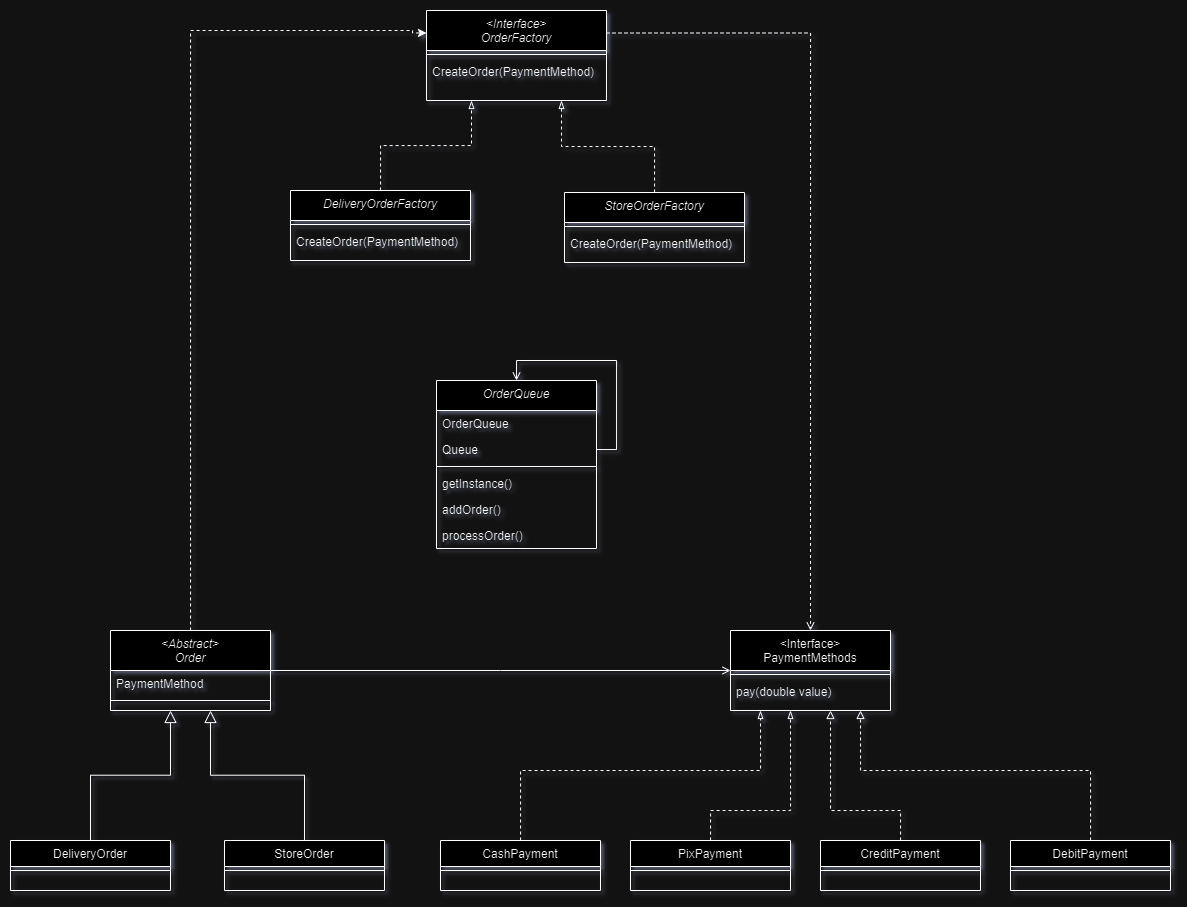
This is src/main/java/org/example/diagram/atv1.drawio.png from rhuannascimento/atv-01-AA-Engenharia-De-Software, a draw.io export, as it was before one commit. Source tidied: cells renumbered, new cells last; positions are measured from the earlier drawing's top-left corner, leaving out a move shared by most shapes. The source it was exported from:
```xml
<mxGraphModel>
  <root>
    <mxCell id="0" />
    <mxCell id="1" parent="0" />
    <mxCell id="2" style="edgeStyle=orthogonalEdgeStyle;rounded=0;jettySize=auto;html=1;entryX=0;entryY=0.25;entryDx=0;entryDy=0;dashed=1;" parent="1" edge="1" source="3" target="28">
      <mxGeometry relative="1" as="geometry">
        <Array as="points">
          <mxPoint x="180" y="20" />
          <mxPoint x="402" y="20" />
          <mxPoint x="402" y="22" />
        </Array>
      </mxGeometry>
    </mxCell>
    <mxCell id="3" value="&lt;Abstract&gt;&#10;Order" style="swimlane;fontStyle=2;align=center;verticalAlign=top;horizontal=1;startSize=40;rounded=0;shadow=0;strokeWidth=1;" parent="1" vertex="1">
      <mxGeometry x="100" y="620" width="160" height="80" as="geometry" />
    </mxCell>
    <mxCell id="4" value="PaymentMethod" style="text;align=left;verticalAlign=top;spacingLeft=4;spacingRight=4;overflow=hidden;" parent="3" vertex="1">
      <mxGeometry y="40" width="160" height="26" as="geometry" />
    </mxCell>
    <mxCell id="5" style="line;html=1;strokeWidth=1;align=left;verticalAlign=middle;spacingTop=-1;spacingLeft=3;spacingRight=3;labelPosition=right;" parent="3" vertex="1">
      <mxGeometry y="66" width="160" height="8" as="geometry" />
    </mxCell>
    <mxCell id="6" value="DeliveryOrder" style="swimlane;fontStyle=0;align=center;verticalAlign=top;horizontal=1;startSize=26;rounded=0;shadow=0;strokeWidth=1;" parent="1" vertex="1">
      <mxGeometry y="830" width="160" height="50" as="geometry" />
    </mxCell>
    <mxCell id="7" style="line;html=1;strokeWidth=1;align=left;verticalAlign=middle;spacingTop=-1;spacingLeft=3;spacingRight=3;labelPosition=right;" parent="6" vertex="1">
      <mxGeometry y="26" width="160" height="8" as="geometry" />
    </mxCell>
    <mxCell id="8" style="endArrow=block;endSize=10;endFill=0;shadow=0;strokeWidth=1;rounded=0;curved=0;edgeStyle=elbowEdgeStyle;elbow=vertical;" parent="1" edge="1" source="6">
      <mxGeometry relative="1" as="geometry">
        <mxPoint x="160" y="700" as="targetPoint" />
      </mxGeometry>
    </mxCell>
    <mxCell id="9" value="StoreOrder" style="swimlane;fontStyle=0;align=center;verticalAlign=top;horizontal=1;startSize=26;rounded=0;shadow=0;strokeWidth=1;" parent="1" vertex="1">
      <mxGeometry x="214" y="830" width="160" height="50" as="geometry" />
    </mxCell>
    <mxCell id="10" style="line;html=1;strokeWidth=1;align=left;verticalAlign=middle;spacingTop=-1;spacingLeft=3;spacingRight=3;labelPosition=right;" parent="9" vertex="1">
      <mxGeometry y="26" width="160" height="8" as="geometry" />
    </mxCell>
    <mxCell id="11" style="endArrow=block;endSize=10;endFill=0;shadow=0;strokeWidth=1;rounded=0;curved=0;edgeStyle=elbowEdgeStyle;elbow=vertical;" parent="1" edge="1" source="9">
      <mxGeometry relative="1" as="geometry">
        <mxPoint x="200" y="700" as="targetPoint" />
      </mxGeometry>
    </mxCell>
    <mxCell id="12" value="&lt;Interface&gt;&#10;PaymentMethods" style="swimlane;fontStyle=0;align=center;verticalAlign=top;horizontal=1;startSize=40;rounded=0;shadow=0;strokeWidth=1;" parent="1" vertex="1">
      <mxGeometry x="720" y="620" width="160" height="80" as="geometry" />
    </mxCell>
    <mxCell id="13" style="line;html=1;strokeWidth=1;align=left;verticalAlign=middle;spacingTop=-1;spacingLeft=3;spacingRight=3;labelPosition=right;" parent="12" vertex="1">
      <mxGeometry y="40" width="160" height="8" as="geometry" />
    </mxCell>
    <mxCell id="14" value="pay(double value)" style="text;align=left;verticalAlign=top;spacingLeft=4;spacingRight=4;overflow=hidden;" parent="12" vertex="1">
      <mxGeometry y="48" width="160" height="22" as="geometry" />
    </mxCell>
    <mxCell id="15" style="endArrow=open;shadow=0;strokeWidth=1;rounded=0;curved=0;endFill=1;edgeStyle=elbowEdgeStyle;elbow=vertical;" parent="1" edge="1" source="3" target="12">
      <mxGeometry x="0.5" y="41" relative="1" as="geometry">
        <mxPoint x="-40" y="32" as="offset" />
      </mxGeometry>
    </mxCell>
    <mxCell id="16" style="edgeStyle=orthogonalEdgeStyle;rounded=0;jettySize=auto;html=1;dashed=1;endArrow=blockThin;endFill=0;" parent="1" edge="1" source="17">
      <mxGeometry relative="1" as="geometry">
        <mxPoint x="750" y="700" as="targetPoint" />
        <Array as="points">
          <mxPoint x="510" y="760" />
          <mxPoint x="750" y="760" />
        </Array>
      </mxGeometry>
    </mxCell>
    <mxCell id="17" value="CashPayment" style="swimlane;fontStyle=0;align=center;verticalAlign=top;horizontal=1;startSize=26;rounded=0;shadow=0;strokeWidth=1;" parent="1" vertex="1">
      <mxGeometry x="430" y="830" width="160" height="50" as="geometry" />
    </mxCell>
    <mxCell id="18" style="line;html=1;strokeWidth=1;align=left;verticalAlign=middle;spacingTop=-1;spacingLeft=3;spacingRight=3;labelPosition=right;" parent="17" vertex="1">
      <mxGeometry y="26" width="160" height="8" as="geometry" />
    </mxCell>
    <mxCell id="19" style="edgeStyle=orthogonalEdgeStyle;rounded=0;jettySize=auto;html=1;dashed=1;endArrow=blockThin;endFill=0;" parent="1" edge="1" source="20">
      <mxGeometry relative="1" as="geometry">
        <mxPoint x="780" y="700" as="targetPoint" />
        <Array as="points">
          <mxPoint x="700" y="800" />
          <mxPoint x="780" y="800" />
        </Array>
      </mxGeometry>
    </mxCell>
    <mxCell id="20" value="PixPayment" style="swimlane;fontStyle=0;align=center;verticalAlign=top;horizontal=1;startSize=26;rounded=0;shadow=0;strokeWidth=1;" parent="1" vertex="1">
      <mxGeometry x="620" y="830" width="160" height="50" as="geometry" />
    </mxCell>
    <mxCell id="21" style="line;html=1;strokeWidth=1;align=left;verticalAlign=middle;spacingTop=-1;spacingLeft=3;spacingRight=3;labelPosition=right;" parent="20" vertex="1">
      <mxGeometry y="26" width="160" height="8" as="geometry" />
    </mxCell>
    <mxCell id="22" style="edgeStyle=orthogonalEdgeStyle;rounded=0;jettySize=auto;html=1;dashed=1;endArrow=block;endFill=0;" parent="1" edge="1" source="23">
      <mxGeometry relative="1" as="geometry">
        <mxPoint x="820" y="700" as="targetPoint" />
        <Array as="points">
          <mxPoint x="890" y="800" />
          <mxPoint x="820" y="800" />
        </Array>
      </mxGeometry>
    </mxCell>
    <mxCell id="23" value="CreditPayment" style="swimlane;fontStyle=0;align=center;verticalAlign=top;horizontal=1;startSize=26;rounded=0;shadow=0;strokeWidth=1;" parent="1" vertex="1">
      <mxGeometry x="810" y="830" width="160" height="50" as="geometry" />
    </mxCell>
    <mxCell id="24" style="line;html=1;strokeWidth=1;align=left;verticalAlign=middle;spacingTop=-1;spacingLeft=3;spacingRight=3;labelPosition=right;" parent="23" vertex="1">
      <mxGeometry y="26" width="160" height="8" as="geometry" />
    </mxCell>
    <mxCell id="25" style="edgeStyle=orthogonalEdgeStyle;rounded=0;jettySize=auto;html=1;dashed=1;endArrow=block;endFill=0;" parent="1" edge="1" source="26">
      <mxGeometry relative="1" as="geometry">
        <mxPoint x="850" y="700" as="targetPoint" />
        <Array as="points">
          <mxPoint x="1080" y="760" />
          <mxPoint x="850" y="760" />
        </Array>
      </mxGeometry>
    </mxCell>
    <mxCell id="26" value="DebitPayment" style="swimlane;fontStyle=0;align=center;verticalAlign=top;horizontal=1;startSize=26;rounded=0;shadow=0;strokeWidth=1;" parent="1" vertex="1">
      <mxGeometry x="1000" y="830" width="160" height="50" as="geometry" />
    </mxCell>
    <mxCell id="27" style="line;html=1;strokeWidth=1;align=left;verticalAlign=middle;spacingTop=-1;spacingLeft=3;spacingRight=3;labelPosition=right;" parent="26" vertex="1">
      <mxGeometry y="26" width="160" height="8" as="geometry" />
    </mxCell>
    <mxCell id="28" value="&lt;Interface&gt;&#10;OrderFactory" style="swimlane;fontStyle=2;align=center;verticalAlign=top;horizontal=1;startSize=40;rounded=0;shadow=0;strokeWidth=1;" parent="1" vertex="1">
      <mxGeometry x="416" width="180" height="90" as="geometry" />
    </mxCell>
    <mxCell id="29" style="line;html=1;strokeWidth=1;align=left;verticalAlign=middle;spacingTop=-1;spacingLeft=3;spacingRight=3;labelPosition=right;" parent="28" vertex="1">
      <mxGeometry y="40" width="180" height="8" as="geometry" />
    </mxCell>
    <mxCell id="30" value="CreateOrder(PaymentMethod)" style="text;align=left;verticalAlign=top;spacingLeft=4;spacingRight=4;overflow=hidden;" parent="28" vertex="1">
      <mxGeometry y="48" width="180" height="26" as="geometry" />
    </mxCell>
    <mxCell id="31" style="edgeStyle=orthogonalEdgeStyle;rounded=0;jettySize=auto;html=1;entryX=0.25;entryY=1;entryDx=0;entryDy=0;endArrow=blockThin;endFill=0;dashed=1;" parent="1" edge="1" source="32" target="28">
      <mxGeometry relative="1" as="geometry" />
    </mxCell>
    <mxCell id="32" value="DeliveryOrderFactory" style="swimlane;fontStyle=2;align=center;verticalAlign=top;horizontal=1;startSize=30;rounded=0;shadow=0;strokeWidth=1;" parent="1" vertex="1">
      <mxGeometry x="280" y="180" width="180" height="70" as="geometry" />
    </mxCell>
    <mxCell id="33" style="line;html=1;strokeWidth=1;align=left;verticalAlign=middle;spacingTop=-1;spacingLeft=3;spacingRight=3;labelPosition=right;" parent="32" vertex="1">
      <mxGeometry y="30" width="180" height="8" as="geometry" />
    </mxCell>
    <mxCell id="34" value="CreateOrder(PaymentMethod)" style="text;align=left;verticalAlign=top;spacingLeft=4;spacingRight=4;overflow=hidden;" parent="32" vertex="1">
      <mxGeometry y="38" width="180" height="26" as="geometry" />
    </mxCell>
    <mxCell id="35" style="edgeStyle=orthogonalEdgeStyle;rounded=0;jettySize=auto;html=1;entryX=0.75;entryY=1;entryDx=0;entryDy=0;endArrow=blockThin;endFill=0;dashed=1;" parent="1" edge="1" source="36" target="28">
      <mxGeometry relative="1" as="geometry" />
    </mxCell>
    <mxCell id="36" value="StoreOrderFactory" style="swimlane;fontStyle=2;align=center;verticalAlign=top;horizontal=1;startSize=30;rounded=0;shadow=0;strokeWidth=1;" parent="1" vertex="1">
      <mxGeometry x="554" y="182" width="180" height="70" as="geometry" />
    </mxCell>
    <mxCell id="37" style="line;html=1;strokeWidth=1;align=left;verticalAlign=middle;spacingTop=-1;spacingLeft=3;spacingRight=3;labelPosition=right;" parent="36" vertex="1">
      <mxGeometry y="30" width="180" height="8" as="geometry" />
    </mxCell>
    <mxCell id="38" value="CreateOrder(PaymentMethod)" style="text;align=left;verticalAlign=top;spacingLeft=4;spacingRight=4;overflow=hidden;" parent="36" vertex="1">
      <mxGeometry y="38" width="180" height="26" as="geometry" />
    </mxCell>
    <mxCell id="39" style="edgeStyle=orthogonalEdgeStyle;rounded=0;jettySize=auto;html=1;entryX=0.5;entryY=0;entryDx=0;entryDy=0;exitX=1;exitY=0.25;exitDx=0;exitDy=0;dashed=1;endArrow=open;endFill=0;" parent="1" edge="1" source="28" target="12">
      <mxGeometry relative="1" as="geometry" />
    </mxCell>
    <mxCell id="40" value="OrderQueue" style="swimlane;fontStyle=2;align=center;verticalAlign=top;horizontal=1;startSize=30;rounded=0;shadow=0;strokeWidth=1;" parent="1" vertex="1">
      <mxGeometry x="426" y="370" width="160" height="168" as="geometry" />
    </mxCell>
    <mxCell id="41" value="OrderQueue" style="text;align=left;verticalAlign=top;spacingLeft=4;spacingRight=4;overflow=hidden;" parent="40" vertex="1">
      <mxGeometry y="30" width="160" height="26" as="geometry" />
    </mxCell>
    <mxCell id="42" style="edgeStyle=orthogonalEdgeStyle;rounded=0;jettySize=auto;html=1;entryX=0.5;entryY=0;entryDx=0;entryDy=0;endArrow=open;endFill=0;" parent="40" edge="1" source="43" target="40">
      <mxGeometry relative="1" as="geometry">
        <Array as="points">
          <mxPoint x="180" y="69" />
          <mxPoint x="180" y="-20" />
          <mxPoint x="80" y="-20" />
        </Array>
      </mxGeometry>
    </mxCell>
    <mxCell id="43" value="Queue" style="text;align=left;verticalAlign=top;spacingLeft=4;spacingRight=4;overflow=hidden;points=[[0,0.5],[1,0.5]];portConstraint=eastwest;" parent="40" vertex="1">
      <mxGeometry y="56" width="160" height="26" as="geometry" />
    </mxCell>
    <mxCell id="44" style="line;html=1;strokeWidth=1;align=left;verticalAlign=middle;spacingTop=-1;spacingLeft=3;spacingRight=3;labelPosition=right;" parent="40" vertex="1">
      <mxGeometry y="82" width="160" height="8" as="geometry" />
    </mxCell>
    <mxCell id="45" value="getInstance()" style="text;align=left;verticalAlign=top;spacingLeft=4;spacingRight=4;overflow=hidden;" parent="40" vertex="1">
      <mxGeometry y="90" width="160" height="26" as="geometry" />
    </mxCell>
    <mxCell id="46" value="addOrder()" style="text;align=left;verticalAlign=top;spacingLeft=4;spacingRight=4;overflow=hidden;" parent="40" vertex="1">
      <mxGeometry y="116" width="160" height="26" as="geometry" />
    </mxCell>
    <mxCell id="47" value="processOrder()" style="text;align=left;verticalAlign=top;spacingLeft=4;spacingRight=4;overflow=hidden;" parent="40" vertex="1">
      <mxGeometry y="142" width="160" height="26" as="geometry" />
    </mxCell>
  </root>
</mxGraphModel>
```
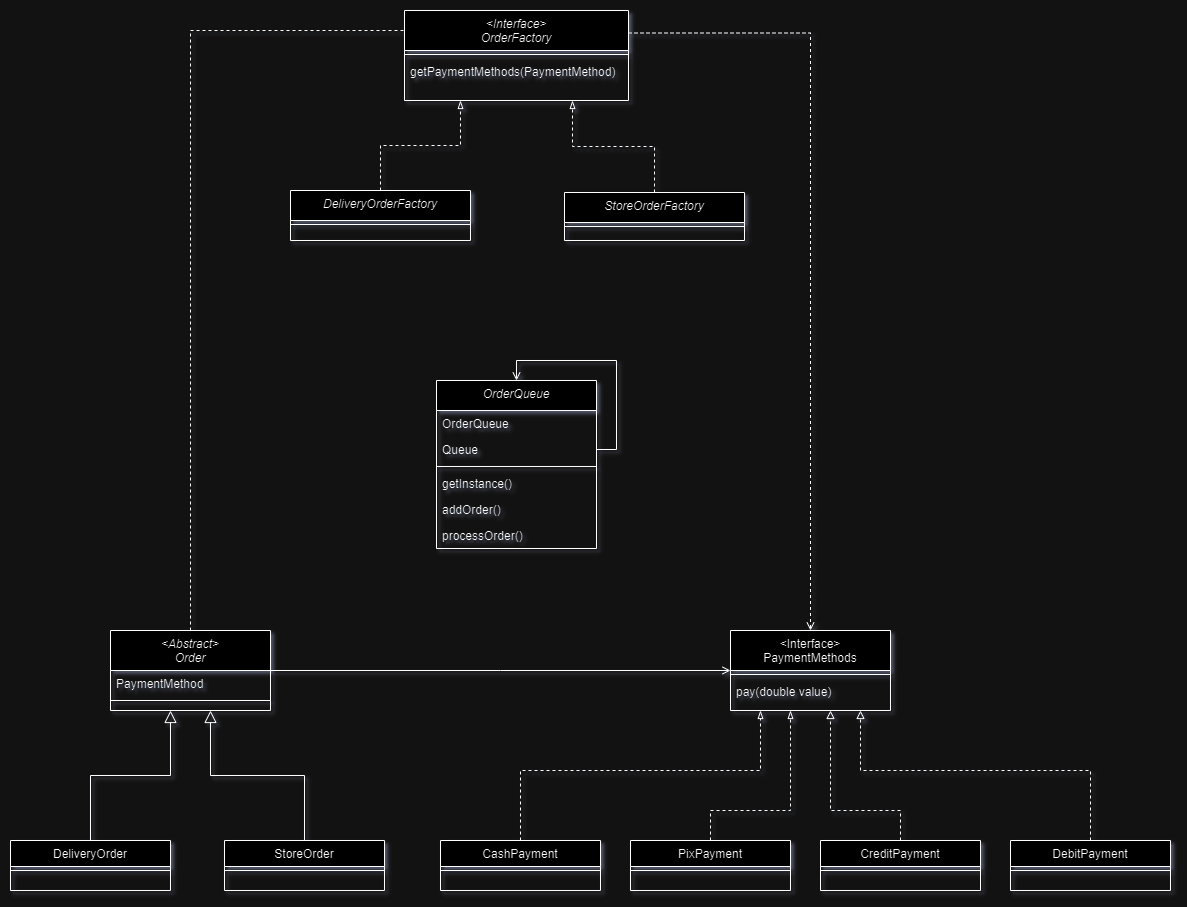
After the commit.

Diff of the diagram source:
```diff
@@ -117,38 +117,32 @@
       <mxGeometry y="26" width="160" height="8" as="geometry" />
     </mxCell>
     <mxCell id="28" value="&lt;Interface&gt;&#10;OrderFactory" style="swimlane;fontStyle=2;align=center;verticalAlign=top;horizontal=1;startSize=40;rounded=0;shadow=0;strokeWidth=1;" parent="1" vertex="1">
-      <mxGeometry x="416" width="180" height="90" as="geometry" />
+      <mxGeometry x="394" width="224" height="90" as="geometry" />
     </mxCell>
     <mxCell id="29" style="line;html=1;strokeWidth=1;align=left;verticalAlign=middle;spacingTop=-1;spacingLeft=3;spacingRight=3;labelPosition=right;" parent="28" vertex="1">
-      <mxGeometry y="40" width="180" height="8" as="geometry" />
+      <mxGeometry y="40" width="224" height="8" as="geometry" />
     </mxCell>
-    <mxCell id="30" value="CreateOrder(PaymentMethod)" style="text;align=left;verticalAlign=top;spacingLeft=4;spacingRight=4;overflow=hidden;" parent="28" vertex="1">
-      <mxGeometry y="48" width="180" height="26" as="geometry" />
+    <mxCell id="30" value="getPaymentMethods(PaymentMethod)" style="text;align=left;verticalAlign=top;spacingLeft=4;spacingRight=4;overflow=hidden;" parent="28" vertex="1">
+      <mxGeometry y="48" width="224" height="26" as="geometry" />
     </mxCell>
     <mxCell id="31" style="edgeStyle=orthogonalEdgeStyle;rounded=0;jettySize=auto;html=1;entryX=0.25;entryY=1;entryDx=0;entryDy=0;endArrow=blockThin;endFill=0;dashed=1;" parent="1" edge="1" source="32" target="28">
       <mxGeometry relative="1" as="geometry" />
     </mxCell>
     <mxCell id="32" value="DeliveryOrderFactory" style="swimlane;fontStyle=2;align=center;verticalAlign=top;horizontal=1;startSize=30;rounded=0;shadow=0;strokeWidth=1;" parent="1" vertex="1">
-      <mxGeometry x="280" y="180" width="180" height="70" as="geometry" />
+      <mxGeometry x="280" y="180" width="180" height="50" as="geometry" />
     </mxCell>
     <mxCell id="33" style="line;html=1;strokeWidth=1;align=left;verticalAlign=middle;spacingTop=-1;spacingLeft=3;spacingRight=3;labelPosition=right;" parent="32" vertex="1">
       <mxGeometry y="30" width="180" height="8" as="geometry" />
     </mxCell>
-    <mxCell id="34" value="CreateOrder(PaymentMethod)" style="text;align=left;verticalAlign=top;spacingLeft=4;spacingRight=4;overflow=hidden;" parent="32" vertex="1">
-      <mxGeometry y="38" width="180" height="26" as="geometry" />
-    </mxCell>
     <mxCell id="35" style="edgeStyle=orthogonalEdgeStyle;rounded=0;jettySize=auto;html=1;entryX=0.75;entryY=1;entryDx=0;entryDy=0;endArrow=blockThin;endFill=0;dashed=1;" parent="1" edge="1" source="36" target="28">
       <mxGeometry relative="1" as="geometry" />
     </mxCell>
     <mxCell id="36" value="StoreOrderFactory" style="swimlane;fontStyle=2;align=center;verticalAlign=top;horizontal=1;startSize=30;rounded=0;shadow=0;strokeWidth=1;" parent="1" vertex="1">
-      <mxGeometry x="554" y="182" width="180" height="70" as="geometry" />
+      <mxGeometry x="554" y="182" width="180" height="48" as="geometry" />
     </mxCell>
     <mxCell id="37" style="line;html=1;strokeWidth=1;align=left;verticalAlign=middle;spacingTop=-1;spacingLeft=3;spacingRight=3;labelPosition=right;" parent="36" vertex="1">
       <mxGeometry y="30" width="180" height="8" as="geometry" />
     </mxCell>
-    <mxCell id="38" value="CreateOrder(PaymentMethod)" style="text;align=left;verticalAlign=top;spacingLeft=4;spacingRight=4;overflow=hidden;" parent="36" vertex="1">
-      <mxGeometry y="38" width="180" height="26" as="geometry" />
-    </mxCell>
     <mxCell id="39" style="edgeStyle=orthogonalEdgeStyle;rounded=0;jettySize=auto;html=1;entryX=0.5;entryY=0;entryDx=0;entryDy=0;exitX=1;exitY=0.25;exitDx=0;exitDy=0;dashed=1;endArrow=open;endFill=0;" parent="1" edge="1" source="28" target="12">
       <mxGeometry relative="1" as="geometry" />
     </mxCell>
```
